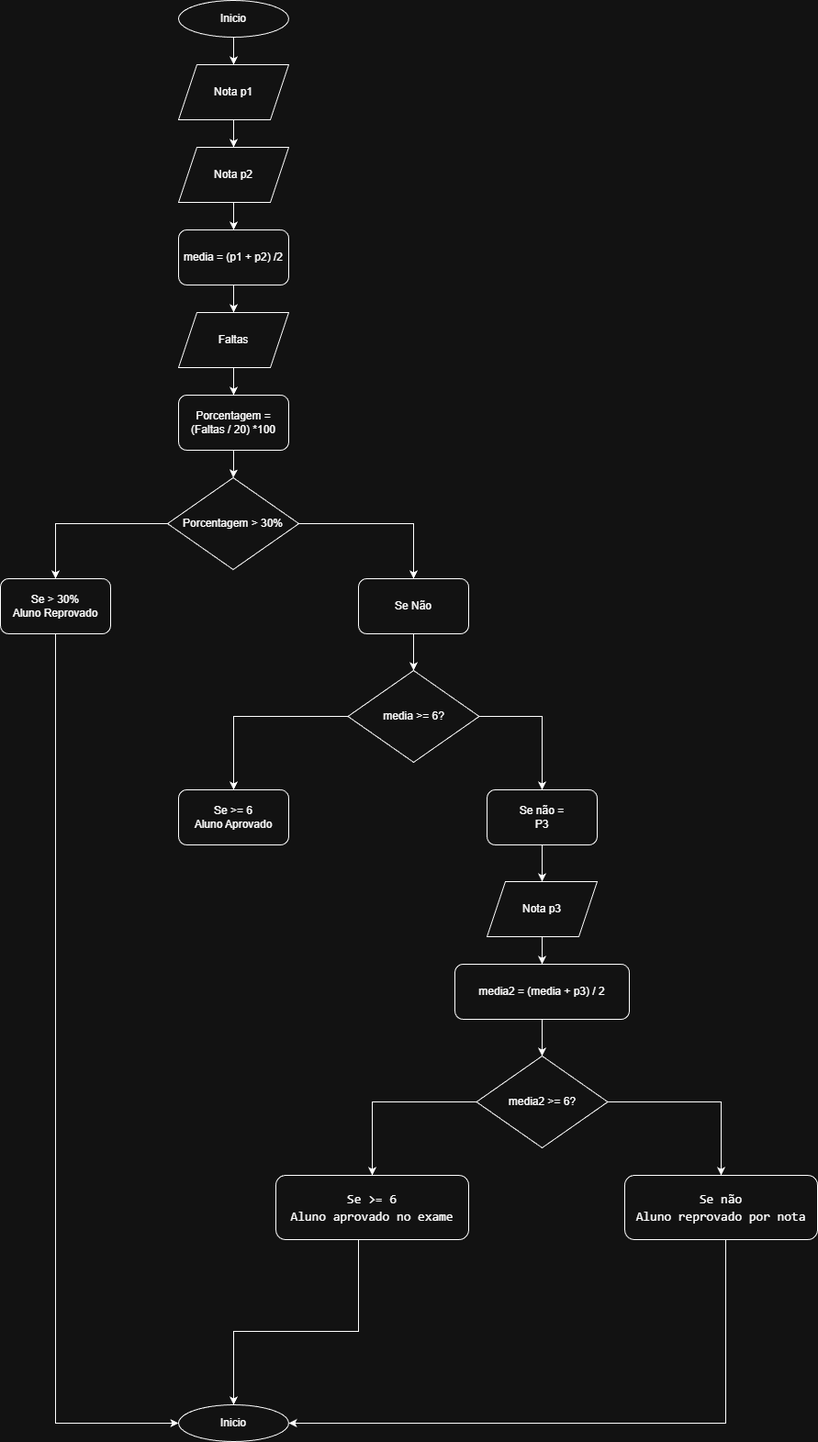
Earlier version of the draw.io export ALG05/NOTAS.drawio.png (GabrielGodinhoReis/ALGORITMOS-JAVA). Source tidied: cells renumbered, new cells last; positions are measured from the earlier drawing's top-left corner, leaving out a move shared by most shapes. Its diagram source:
```xml
<mxGraphModel>
  <root>
    <mxCell id="0" />
    <mxCell id="1" parent="0" />
    <mxCell id="2" style="edgeStyle=orthogonalEdgeStyle;rounded=0;jettySize=auto;html=1;" parent="1" edge="1" source="3" target="5">
      <mxGeometry relative="1" as="geometry" />
    </mxCell>
    <mxCell id="3" value="Inicio" style="ellipse;whiteSpace=wrap;html=1;" parent="1" vertex="1">
      <mxGeometry x="194" width="120" height="40" as="geometry" />
    </mxCell>
    <mxCell id="4" style="edgeStyle=orthogonalEdgeStyle;rounded=0;jettySize=auto;html=1;" parent="1" edge="1" source="5" target="7">
      <mxGeometry relative="1" as="geometry" />
    </mxCell>
    <mxCell id="5" value="Nota p1" style="shape=parallelogram;perimeter=parallelogramPerimeter;whiteSpace=wrap;html=1;fixedSize=1;" parent="1" vertex="1">
      <mxGeometry x="194" y="70" width="120" height="60" as="geometry" />
    </mxCell>
    <mxCell id="6" style="edgeStyle=orthogonalEdgeStyle;rounded=0;jettySize=auto;html=1;" parent="1" edge="1" source="7" target="9">
      <mxGeometry relative="1" as="geometry" />
    </mxCell>
    <mxCell id="7" value="Nota p2" style="shape=parallelogram;perimeter=parallelogramPerimeter;whiteSpace=wrap;html=1;fixedSize=1;" parent="1" vertex="1">
      <mxGeometry x="194" y="160" width="120" height="60" as="geometry" />
    </mxCell>
    <mxCell id="8" style="edgeStyle=orthogonalEdgeStyle;rounded=0;jettySize=auto;html=1;" parent="1" edge="1" source="9" target="11">
      <mxGeometry relative="1" as="geometry" />
    </mxCell>
    <mxCell id="9" value="media = (p1 + p2) /2" style="rounded=1;whiteSpace=wrap;html=1;" parent="1" vertex="1">
      <mxGeometry x="194" y="250" width="120" height="60" as="geometry" />
    </mxCell>
    <mxCell id="10" style="edgeStyle=orthogonalEdgeStyle;rounded=0;jettySize=auto;html=1;" parent="1" edge="1" source="11" target="13">
      <mxGeometry relative="1" as="geometry" />
    </mxCell>
    <mxCell id="11" value="Faltas" style="shape=parallelogram;perimeter=parallelogramPerimeter;whiteSpace=wrap;html=1;fixedSize=1;" parent="1" vertex="1">
      <mxGeometry x="194" y="340" width="120" height="60" as="geometry" />
    </mxCell>
    <mxCell id="12" style="edgeStyle=orthogonalEdgeStyle;rounded=0;jettySize=auto;html=1;" parent="1" edge="1" source="13" target="16">
      <mxGeometry relative="1" as="geometry" />
    </mxCell>
    <mxCell id="13" value="Porcentagem = (Faltas / 20) *100" style="rounded=1;whiteSpace=wrap;html=1;" parent="1" vertex="1">
      <mxGeometry x="194" y="430" width="120" height="60" as="geometry" />
    </mxCell>
    <mxCell id="14" style="edgeStyle=orthogonalEdgeStyle;rounded=0;jettySize=auto;html=1;" parent="1" edge="1" source="16" target="18">
      <mxGeometry relative="1" as="geometry" />
    </mxCell>
    <mxCell id="15" style="edgeStyle=orthogonalEdgeStyle;rounded=0;jettySize=auto;html=1;" parent="1" edge="1" source="16" target="20">
      <mxGeometry relative="1" as="geometry" />
    </mxCell>
    <mxCell id="16" value="Porcentagem &amp;gt; 30%" style="rhombus;whiteSpace=wrap;html=1;" parent="1" vertex="1">
      <mxGeometry x="182" y="520" width="143" height="100" as="geometry" />
    </mxCell>
    <mxCell id="17" style="edgeStyle=orthogonalEdgeStyle;rounded=0;jettySize=auto;html=1;entryX=0;entryY=0.5;entryDx=0;entryDy=0;" parent="1" edge="1" target="38">
      <mxGeometry relative="1" as="geometry">
        <mxPoint x="90" y="660" as="sourcePoint" />
        <Array as="points">
          <mxPoint x="60" y="660" />
          <mxPoint x="60" y="1550" />
        </Array>
      </mxGeometry>
    </mxCell>
    <mxCell id="18" value="&lt;div&gt;Se &amp;gt; 30%&lt;/div&gt;&lt;div&gt;&lt;span style=&quot;background-color: transparent; color: light-dark(rgb(0, 0, 0), rgb(255, 255, 255));&quot;&gt;Aluno Reprovado&lt;/span&gt;&lt;/div&gt;" style="rounded=1;whiteSpace=wrap;html=1;" parent="1" vertex="1">
      <mxGeometry y="630" width="120" height="60" as="geometry" />
    </mxCell>
    <mxCell id="19" style="edgeStyle=orthogonalEdgeStyle;rounded=0;jettySize=auto;html=1;" parent="1" edge="1" source="20" target="23">
      <mxGeometry relative="1" as="geometry" />
    </mxCell>
    <mxCell id="20" value="&lt;div&gt;Se Não&lt;/div&gt;" style="rounded=1;whiteSpace=wrap;html=1;" parent="1" vertex="1">
      <mxGeometry x="390" y="630" width="120" height="60" as="geometry" />
    </mxCell>
    <mxCell id="21" style="edgeStyle=orthogonalEdgeStyle;rounded=0;jettySize=auto;html=1;" parent="1" edge="1" source="23" target="24">
      <mxGeometry relative="1" as="geometry" />
    </mxCell>
    <mxCell id="22" style="edgeStyle=orthogonalEdgeStyle;rounded=0;jettySize=auto;html=1;" parent="1" edge="1" source="23" target="26">
      <mxGeometry relative="1" as="geometry" />
    </mxCell>
    <mxCell id="23" value="media &amp;gt;= 6?" style="rhombus;whiteSpace=wrap;html=1;" parent="1" vertex="1">
      <mxGeometry x="378.5" y="730" width="143" height="100" as="geometry" />
    </mxCell>
    <mxCell id="24" value="&lt;div&gt;Se &amp;gt;= 6&lt;/div&gt;Aluno Aprovado" style="rounded=1;whiteSpace=wrap;html=1;" parent="1" vertex="1">
      <mxGeometry x="194" y="860" width="120" height="60" as="geometry" />
    </mxCell>
    <mxCell id="25" style="edgeStyle=orthogonalEdgeStyle;rounded=0;jettySize=auto;html=1;" parent="1" edge="1" source="26" target="28">
      <mxGeometry relative="1" as="geometry" />
    </mxCell>
    <mxCell id="26" value="Se não =&lt;div&gt;P3&lt;/div&gt;" style="rounded=1;whiteSpace=wrap;html=1;" parent="1" vertex="1">
      <mxGeometry x="530" y="860" width="120" height="60" as="geometry" />
    </mxCell>
    <mxCell id="27" style="edgeStyle=orthogonalEdgeStyle;rounded=0;jettySize=auto;html=1;" parent="1" edge="1" source="28" target="30">
      <mxGeometry relative="1" as="geometry" />
    </mxCell>
    <mxCell id="28" value="Nota p3" style="shape=parallelogram;perimeter=parallelogramPerimeter;whiteSpace=wrap;html=1;fixedSize=1;" parent="1" vertex="1">
      <mxGeometry x="530" y="960" width="120" height="60" as="geometry" />
    </mxCell>
    <mxCell id="29" style="edgeStyle=orthogonalEdgeStyle;rounded=0;jettySize=auto;html=1;" parent="1" edge="1" source="30" target="33">
      <mxGeometry relative="1" as="geometry" />
    </mxCell>
    <mxCell id="30" value="media2 = (media + p3) / 2" style="rounded=1;whiteSpace=wrap;html=1;" parent="1" vertex="1">
      <mxGeometry x="495" y="1050" width="190" height="60" as="geometry" />
    </mxCell>
    <mxCell id="31" style="edgeStyle=orthogonalEdgeStyle;rounded=0;jettySize=auto;html=1;" parent="1" edge="1" source="33" target="35">
      <mxGeometry relative="1" as="geometry" />
    </mxCell>
    <mxCell id="32" style="edgeStyle=orthogonalEdgeStyle;rounded=0;jettySize=auto;html=1;" parent="1" edge="1" source="33" target="37">
      <mxGeometry relative="1" as="geometry" />
    </mxCell>
    <mxCell id="33" value="media2 &amp;gt;= 6?" style="rhombus;whiteSpace=wrap;html=1;" parent="1" vertex="1">
      <mxGeometry x="518.5" y="1150" width="143" height="100" as="geometry" />
    </mxCell>
    <mxCell id="34" style="edgeStyle=orthogonalEdgeStyle;rounded=0;jettySize=auto;html=1;" parent="1" edge="1" source="35" target="38">
      <mxGeometry relative="1" as="geometry">
        <Array as="points">
          <mxPoint x="390" y="1450" />
          <mxPoint x="254" y="1450" />
        </Array>
      </mxGeometry>
    </mxCell>
    <mxCell id="35" value="&lt;div style=&quot;font-family: Consolas, &amp;quot;Courier New&amp;quot;, monospace; font-size: 14px; line-height: 19px; white-space: pre;&quot;&gt;Se &amp;gt;= 6&lt;/div&gt;&lt;div style=&quot;font-family: Consolas, &amp;quot;Courier New&amp;quot;, monospace; font-size: 14px; line-height: 19px; white-space: pre;&quot;&gt;&lt;font style=&quot;color: light-dark(rgb(241, 250, 140), rgb(255, 255, 255));&quot;&gt;Aluno aprovado no exame&lt;/font&gt;&lt;/div&gt;" style="rounded=1;whiteSpace=wrap;html=1;" parent="1" vertex="1">
      <mxGeometry x="300" y="1280" width="210" height="70" as="geometry" />
    </mxCell>
    <mxCell id="36" style="edgeStyle=orthogonalEdgeStyle;rounded=0;jettySize=auto;html=1;" parent="1" edge="1" source="37" target="38">
      <mxGeometry relative="1" as="geometry">
        <Array as="points">
          <mxPoint x="790" y="1550" />
        </Array>
      </mxGeometry>
    </mxCell>
    <mxCell id="37" value="&lt;div style=&quot;font-family: Consolas, &amp;quot;Courier New&amp;quot;, monospace; font-size: 14px; line-height: 19px; white-space: pre;&quot;&gt;Se não&lt;/div&gt;&lt;div style=&quot;font-family: Consolas, &amp;quot;Courier New&amp;quot;, monospace; font-size: 14px; line-height: 19px; white-space: pre;&quot;&gt;&lt;div style=&quot;line-height: 19px;&quot;&gt;&lt;span&gt;&lt;font style=&quot;color: light-dark(rgb(241, 250, 140), rgb(255, 255, 255));&quot;&gt;Aluno reprovado por nota&lt;/font&gt;&lt;/span&gt;&lt;/div&gt;&lt;/div&gt;" style="rounded=1;whiteSpace=wrap;html=1;" parent="1" vertex="1">
      <mxGeometry x="680" y="1280" width="210" height="70" as="geometry" />
    </mxCell>
    <mxCell id="38" value="Inicio" style="ellipse;whiteSpace=wrap;html=1;" parent="1" vertex="1">
      <mxGeometry x="194" y="1530" width="120" height="40" as="geometry" />
    </mxCell>
  </root>
</mxGraphModel>
```
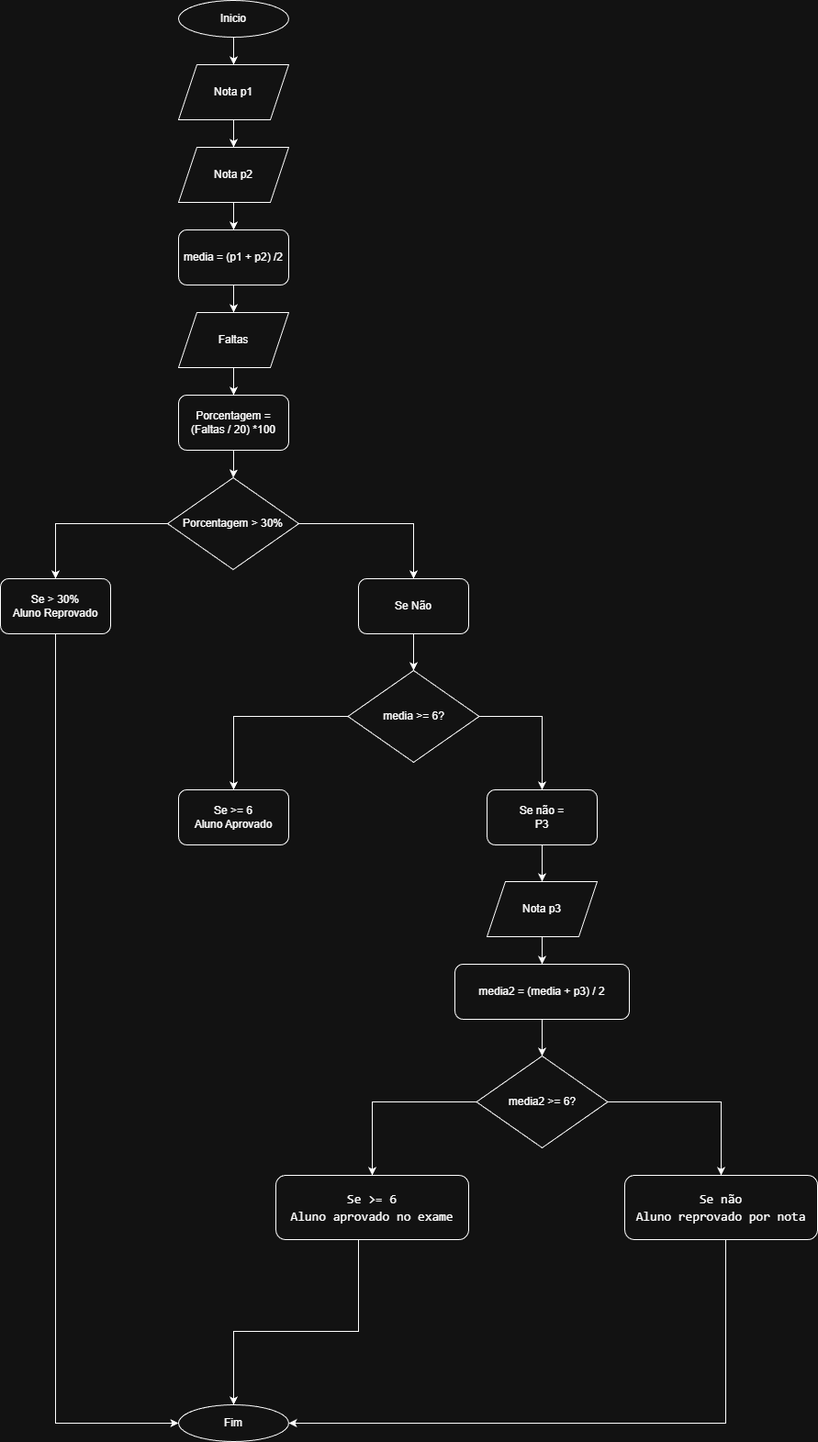
The same diagram one commit later.

Commit message:
Adicionando Fluxogramas das Atividas

What changed in the source:
```diff
@@ -125,7 +125,7 @@
     <mxCell id="37" value="&lt;div style=&quot;font-family: Consolas, &amp;quot;Courier New&amp;quot;, monospace; font-size: 14px; line-height: 19px; white-space: pre;&quot;&gt;Se não&lt;/div&gt;&lt;div style=&quot;font-family: Consolas, &amp;quot;Courier New&amp;quot;, monospace; font-size: 14px; line-height: 19px; white-space: pre;&quot;&gt;&lt;div style=&quot;line-height: 19px;&quot;&gt;&lt;span&gt;&lt;font style=&quot;color: light-dark(rgb(241, 250, 140), rgb(255, 255, 255));&quot;&gt;Aluno reprovado por nota&lt;/font&gt;&lt;/span&gt;&lt;/div&gt;&lt;/div&gt;" style="rounded=1;whiteSpace=wrap;html=1;" parent="1" vertex="1">
       <mxGeometry x="680" y="1280" width="210" height="70" as="geometry" />
     </mxCell>
-    <mxCell id="38" value="Inicio" style="ellipse;whiteSpace=wrap;html=1;" parent="1" vertex="1">
+    <mxCell id="38" value="Fim" style="ellipse;whiteSpace=wrap;html=1;" parent="1" vertex="1">
       <mxGeometry x="194" y="1530" width="120" height="40" as="geometry" />
     </mxCell>
   </root>
```
